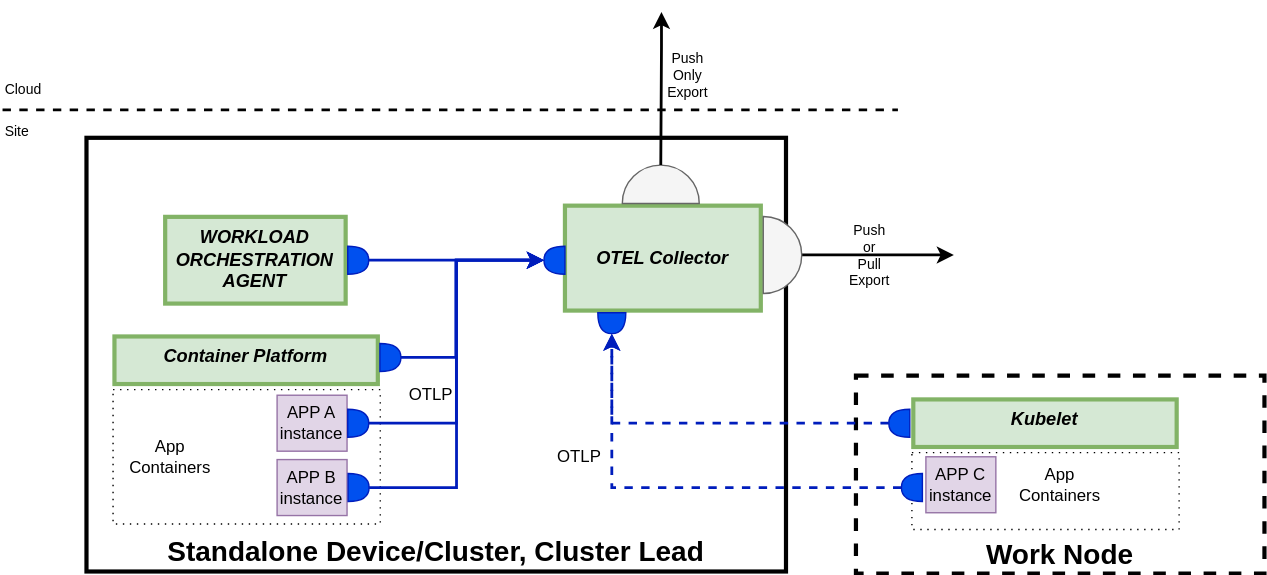
This is system-design/figures/System-design-observability-deployment1.drawio.svg from margo/specification, a draw.io export, as it was before one commit. Source tidied: cells renumbered, new cells last; positions are measured from the earlier drawing's top-left corner, leaving out a move shared by most shapes.
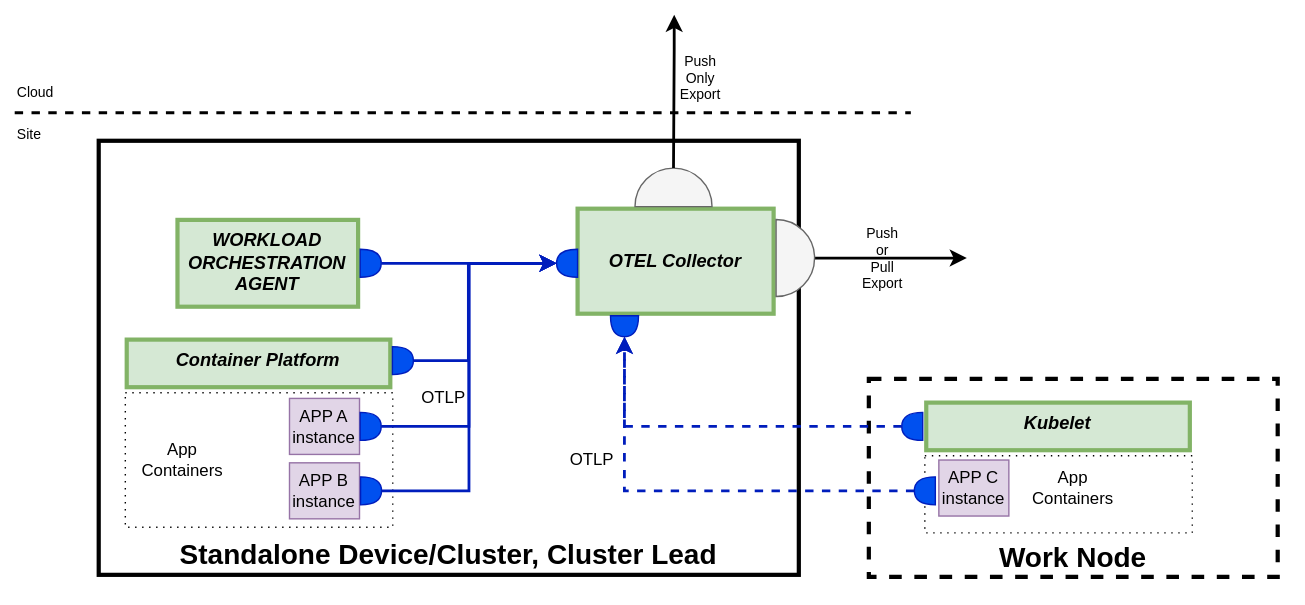
Above is the later version.

What changed in the source:
```diff
@@ -2,6 +2,9 @@
   <root>
     <mxCell id="0" />
     <mxCell id="1" parent="0" />
+    <mxCell id="40" style="rounded=0;whiteSpace=wrap;html=1;strokeColor=none;" parent="1" vertex="1">
+      <mxGeometry x="-10" y="-10" width="930" height="430" as="geometry" />
+    </mxCell>
     <mxCell id="2" value="Standalone Device/Cluster, Cluster Lead" style="whiteSpace=wrap;align=center;verticalAlign=bottom;fontStyle=1;strokeWidth=3;fontSize=20;rounded=0;fontFamily=Helvetica;" parent="1" vertex="1">
       <mxGeometry x="60" y="90" width="500" height="310" as="geometry" />
     </mxCell>
```
